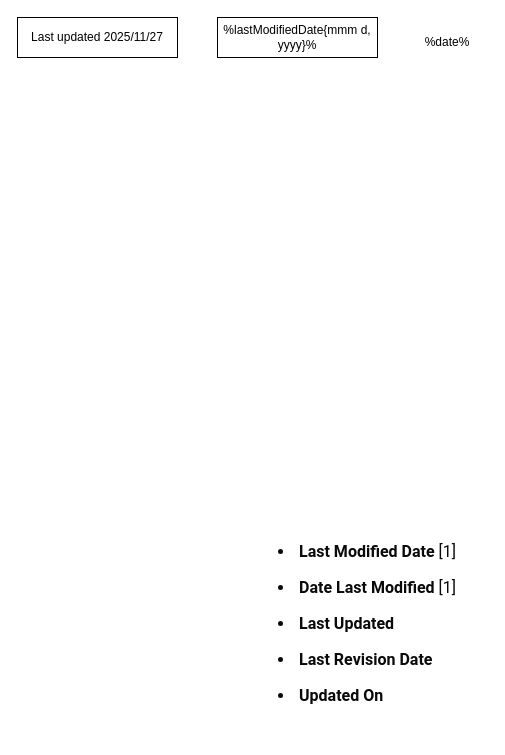
Before: page "페이지-1" (2 of 2) of 20241112.drawio in climcity/design, a draw.io diagram. Source tidied: cells renumbered, new cells numbered last; positions are measured from the earlier drawing's top-left corner, leaving out a move shared by most shapes. Both pictures are drawn from the tidied source at 100%, with x=0, y=0 at pixel (17, 17).
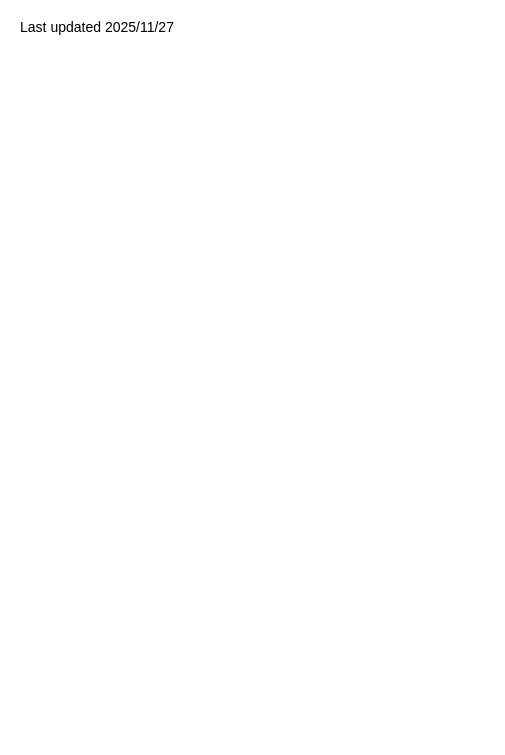
Above is the later version.

The edit, as a diff of the source:
```diff
@@
 <mxGraphModel>
   <root>
     <mxCell id="0" />
     <mxCell id="1" parent="0" />
-    <mxCell id="2" value="Last updated 2025/11/27" style="rounded=0;whiteSpace=wrap;html=1;fillColor=none;align=center;" parent="1" vertex="1">
-      <mxGeometry width="160" height="40" as="geometry" />
+    <mxCell id="2" value="Last updated 2025/11/27" style="rounded=0;whiteSpace=wrap;html=1;fillColor=none;align=center;strokeColor=none;fontSize=14;" parent="1" vertex="1">
+      <mxGeometry width="160" height="20" as="geometry" />
     </mxCell>
-    <mxCell id="3" value="%lastModifiedDate{mmm d, yyyy}&lt;span style=&quot;background-color: transparent; color: light-dark(rgb(0, 0, 0), rgb(255, 255, 255));&quot;&gt;%&lt;/span&gt;" style="rounded=0;whiteSpace=wrap;html=1;fillColor=none;align=center;" parent="1" vertex="1">
-      <mxGeometry x="200" width="160" height="40" as="geometry" />
-    </mxCell>
-    <mxCell id="4" value="%date%" style="text;html=1;whiteSpace=wrap;strokeColor=none;fillColor=none;align=center;verticalAlign=middle;rounded=0;" parent="1" vertex="1">
-      <mxGeometry x="400" y="10" width="60" height="30" as="geometry" />
-    </mxCell>
-    <mxCell id="5" value="&lt;ul class=&quot;KsbFXc U6u95&quot; style=&quot;margin: 16px 0px; padding: 0px; font-family: &amp;quot;Google Sans&amp;quot;, Roboto, Arial, sans-serif; font-size: 16px; line-height: 24px; padding-inline-start: 16px; color: rgb(10, 10, 10); font-style: normal; font-variant-ligatures: normal; font-variant-caps: normal; font-weight: 400; letter-spacing: normal; orphans: 2; text-align: start; text-indent: 0px; text-transform: none; widows: 2; word-spacing: 0px; -webkit-text-stroke-width: 0px; white-space: normal; background-color: rgb(255, 255, 255); text-decoration-thickness: initial; text-decoration-style: initial; text-decoration-color: initial;&quot;&gt;&lt;li style=&quot;margin: 0px 0px 12px; padding: 0px; list-style: disc; padding-inline-start: 4px;&quot;&gt;&lt;span class=&quot;T286Pc&quot; style=&quot;overflow-wrap: break-word;&quot;&gt;&lt;strong class=&quot;Yjhzub&quot; style=&quot;font-weight: 700;&quot;&gt;Last Modified Date&lt;/strong&gt;&lt;span&gt;&amp;nbsp;&lt;/span&gt;[1]&lt;/span&gt;&lt;/li&gt;&lt;li style=&quot;margin: 0px 0px 12px; padding: 0px; list-style: disc; padding-inline-start: 4px;&quot;&gt;&lt;span class=&quot;T286Pc&quot; style=&quot;overflow-wrap: break-word;&quot;&gt;&lt;strong class=&quot;Yjhzub&quot; style=&quot;font-weight: 700;&quot;&gt;Date Last Modified&lt;/strong&gt;&lt;span&gt;&amp;nbsp;&lt;/span&gt;[1]&lt;/span&gt;&lt;/li&gt;&lt;li style=&quot;margin: 0px 0px 12px; padding: 0px; list-style: disc; padding-inline-start: 4px;&quot;&gt;&lt;span class=&quot;T286Pc&quot; style=&quot;overflow-wrap: break-word;&quot;&gt;&lt;strong class=&quot;Yjhzub&quot; style=&quot;font-weight: 700;&quot;&gt;Last Updated&lt;/strong&gt;&lt;/span&gt;&lt;/li&gt;&lt;li style=&quot;margin: 0px 0px 12px; padding: 0px; list-style: disc; padding-inline-start: 4px;&quot;&gt;&lt;span class=&quot;T286Pc&quot; style=&quot;overflow-wrap: break-word;&quot;&gt;&lt;strong class=&quot;Yjhzub&quot; style=&quot;font-weight: 700;&quot;&gt;Last Revision Date&lt;/strong&gt;&lt;/span&gt;&lt;/li&gt;&lt;li style=&quot;margin: 0px 0px 12px; padding: 0px; list-style: disc; padding-inline-start: 4px;&quot;&gt;&lt;span class=&quot;T286Pc&quot; style=&quot;overflow-wrap: break-word;&quot;&gt;&lt;strong class=&quot;Yjhzub&quot; style=&quot;font-weight: 700;&quot;&gt;Updated On&lt;/strong&gt;&lt;/span&gt;&lt;/li&gt;&lt;/ul&gt;" style="text;whiteSpace=wrap;html=1;" parent="1" vertex="1">
-      <mxGeometry x="260" y="500" width="210" height="220" as="geometry" />
-    </mxCell>
   </root>
 </mxGraphModel>
```
